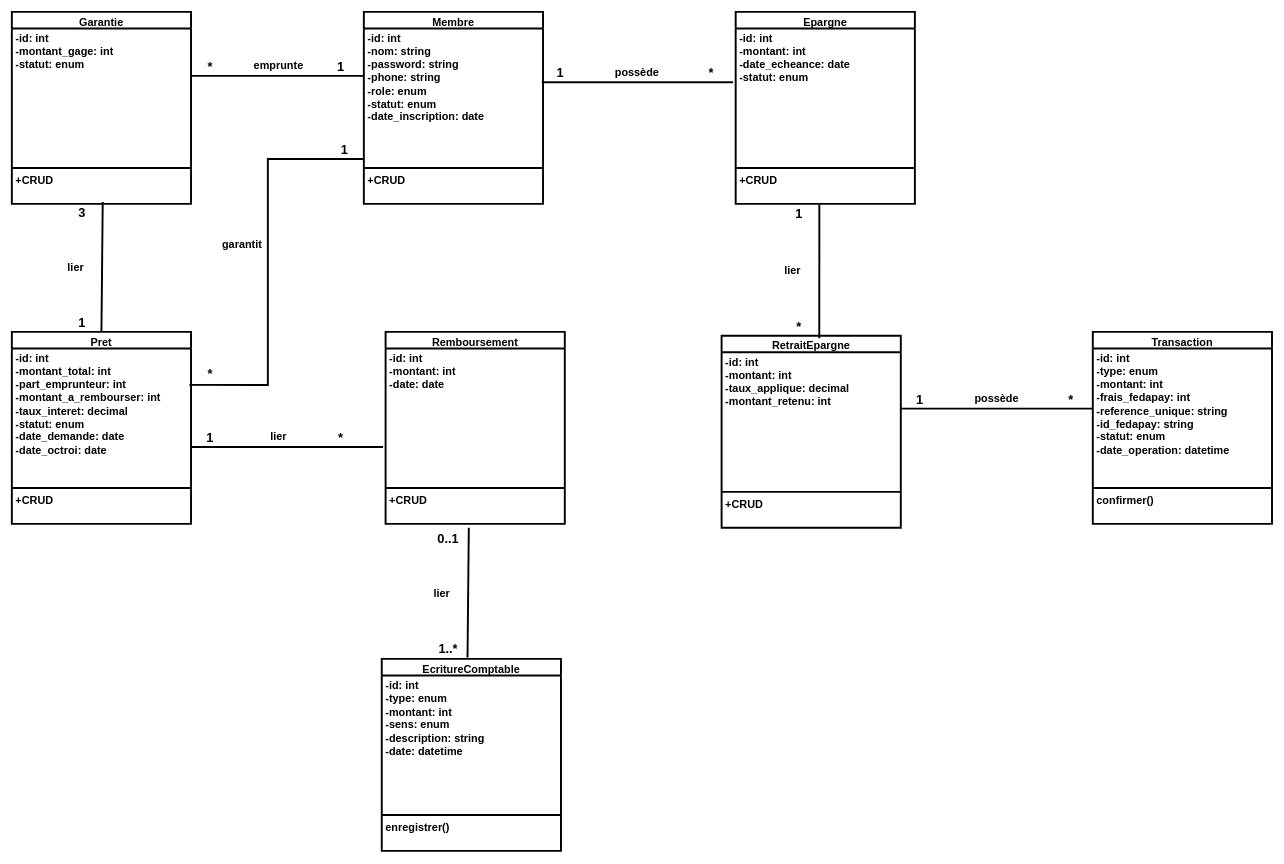
Before: Diagramme/Diagramme de classe Pret_Epargne.drawio in le-refuge-tic/App_Tontine, a draw.io diagram. Source tidied: cells renumbered, new cells numbered last; positions are measured from the earlier drawing's top-left corner, leaving out a move shared by most shapes. Both pictures are drawn from the tidied source at 64%, with x=0, y=0 at pixel (12, 12).
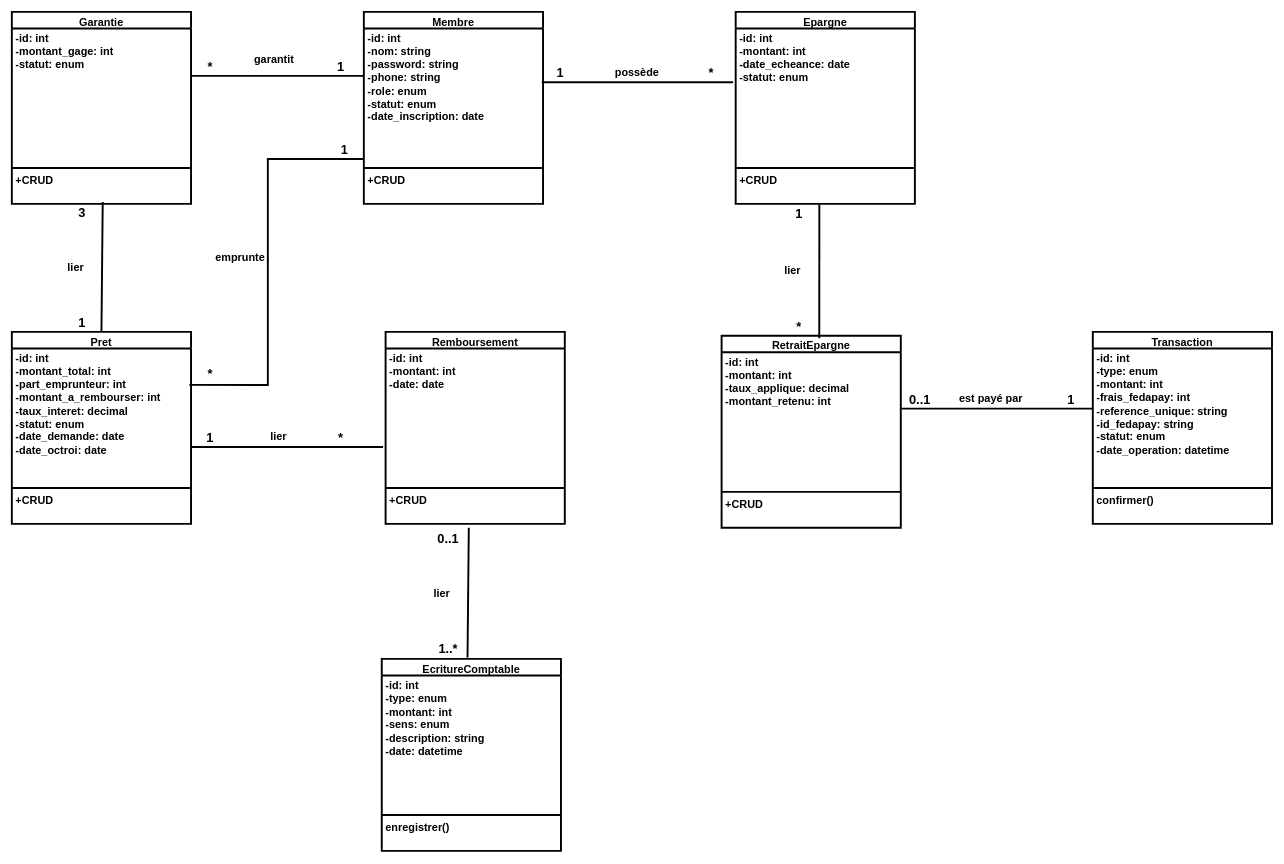
After the change.

What changed in the source:
```diff
@@
     <mxCell id="45" value="garantit " style="text;html=1;align=center;verticalAlign=middle;whiteSpace=wrap;rounded=0;fontStyle=1;fontSize=17;strokeWidth=3;" parent="1" vertex="1">
-      <mxGeometry x="330" y="350" width="60" height="30" as="geometry" />
+      <mxGeometry x="380" y="60" width="60" height="30" as="geometry" />
     </mxCell>
@@
     <mxCell id="53" value="emprunte " style="text;html=1;align=center;verticalAlign=middle;whiteSpace=wrap;rounded=0;fontStyle=1;fontSize=17;strokeWidth=3;" parent="1" vertex="1">
-      <mxGeometry x="387" y="70" width="60" height="30" as="geometry" />
+      <mxGeometry x="327" y="370" width="60" height="30" as="geometry" />
     </mxCell>
@@
-    <mxCell id="63" value="&lt;span style=&quot;font-size: 20px;&quot;&gt;1&lt;/span&gt;" style="text;html=1;align=center;verticalAlign=middle;whiteSpace=wrap;rounded=0;fontStyle=1;fontSize=20;strokeWidth=3;" parent="1" vertex="1">
+    <mxCell id="63" value="&lt;span style=&quot;font-size: 20px;&quot;&gt;0..1&lt;/span&gt;" style="text;html=1;align=center;verticalAlign=middle;whiteSpace=wrap;rounded=0;fontStyle=1;fontSize=20;strokeWidth=3;" parent="1" vertex="1">
       <mxGeometry x="1389" y="590" width="60" height="30" as="geometry" />
     </mxCell>
-    <mxCell id="64" value="&lt;span style=&quot;font-size: 20px;&quot;&gt;*&lt;/span&gt;" style="text;html=1;align=center;verticalAlign=middle;whiteSpace=wrap;rounded=0;fontStyle=1;fontSize=20;strokeWidth=3;" parent="1" vertex="1">
+    <mxCell id="64" value="&lt;span style=&quot;font-size: 20px;&quot;&gt;1&lt;/span&gt;" style="text;html=1;align=center;verticalAlign=middle;whiteSpace=wrap;rounded=0;fontStyle=1;fontSize=20;strokeWidth=3;" parent="1" vertex="1">
       <mxGeometry x="1625" y="590" width="60" height="30" as="geometry" />
     </mxCell>
-    <mxCell id="65" value="possède" style="text;html=1;align=center;verticalAlign=middle;whiteSpace=wrap;rounded=0;fontStyle=1;fontSize=17;strokeWidth=3;" parent="1" vertex="1">
-      <mxGeometry x="1509" y="590" width="60" height="30" as="geometry" />
+    <mxCell id="65" value="est payé par" style="text;html=1;align=center;verticalAlign=middle;whiteSpace=wrap;rounded=0;fontStyle=1;fontSize=17;strokeWidth=3;" parent="1" vertex="1">
+      <mxGeometry x="1470" y="590" width="120" height="30" as="geometry" />
     </mxCell>
```
